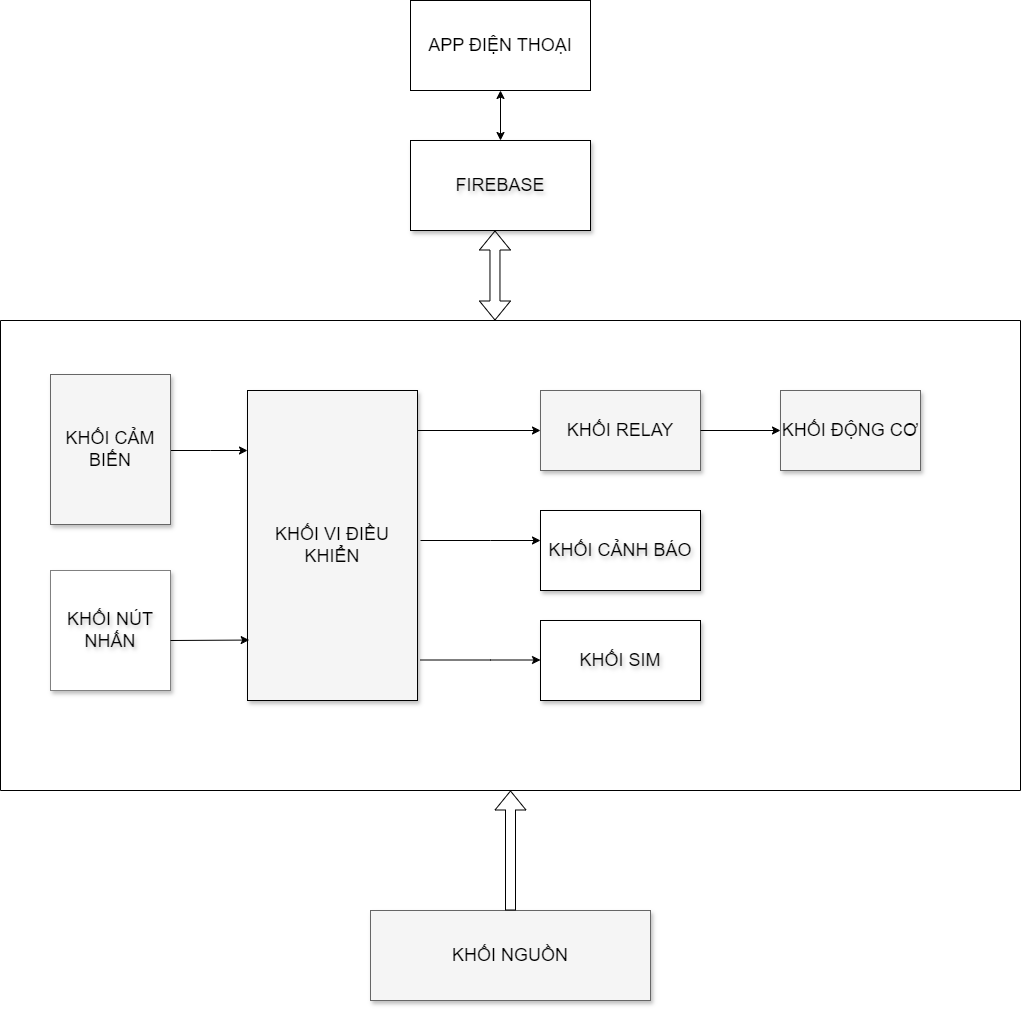
This is block_diagram/Block_Diagram.drawio.png from imvietp/Final_Thesis, a draw.io export, as it was before one commit. Source tidied: cells renumbered, new cells last; positions are measured from the earlier drawing's top-left corner, leaving out a move shared by most shapes.
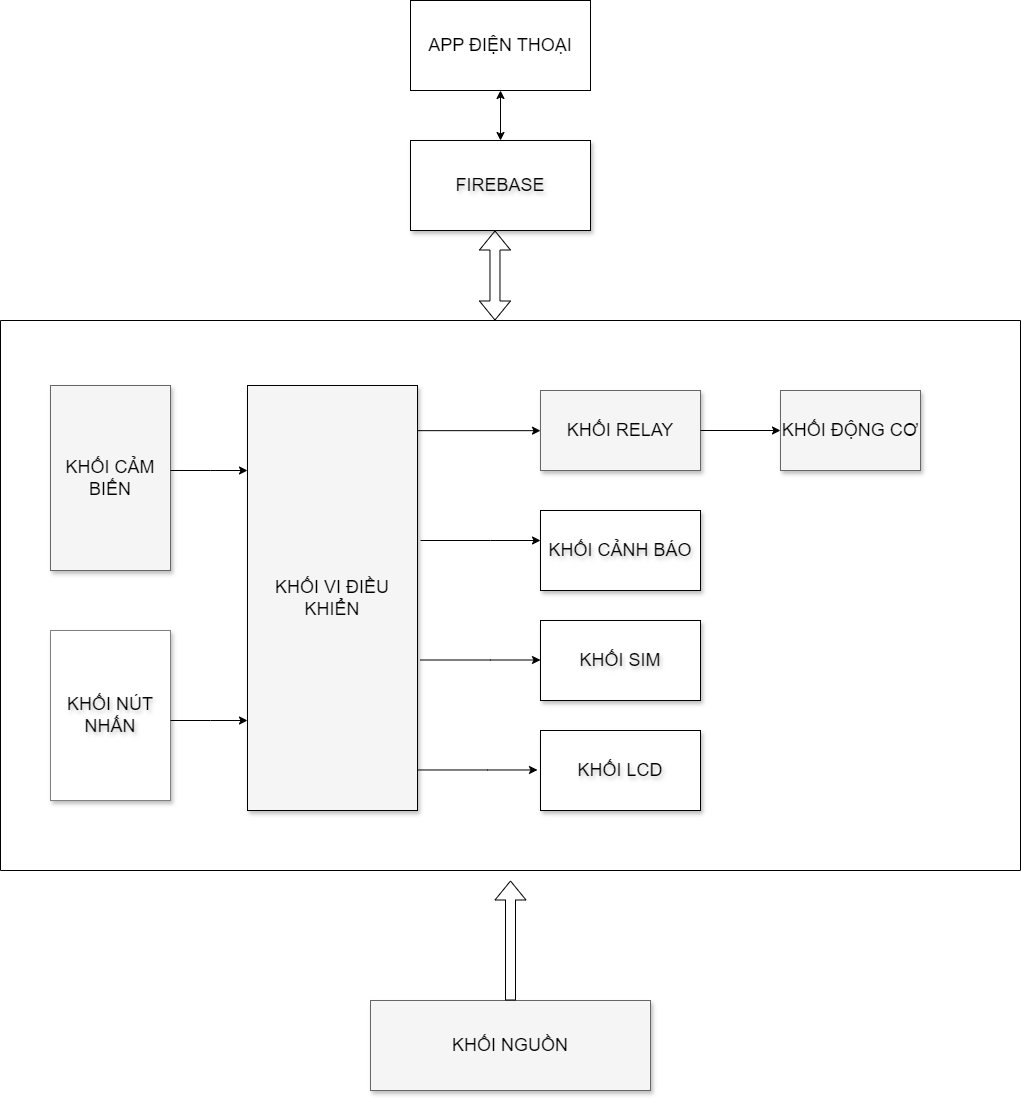
After the change.

Diff of the diagram source:
```diff
@@ -2,24 +2,8 @@
   <root>
     <mxCell id="0" style="html=1;" />
     <mxCell id="1" style="html=1;" parent="0" />
-    <mxCell id="2" style="edgeStyle=elbowEdgeStyle;rounded=0;html=1;startArrow=none;startFill=0;jettySize=auto;fontSize=18;elbow=vertical;" parent="1" edge="1" source="3" target="11">
-      <mxGeometry relative="1" as="geometry" />
-    </mxCell>
-    <mxCell id="3" value="KHỐI VI ĐIỀU KHIỂN" style="whiteSpace=wrap;html=1;shadow=1;fontSize=18;fillColor=#f5f5f5;strokeColor=default;" parent="1" vertex="1">
-      <mxGeometry x="247" y="390" width="170" height="310" as="geometry" />
-    </mxCell>
-    <mxCell id="4" style="edgeStyle=elbowEdgeStyle;rounded=0;html=1;startArrow=none;startFill=0;jettySize=auto;fontSize=18;elbow=vertical;" parent="1" edge="1" source="5" target="3">
-      <mxGeometry relative="1" as="geometry">
-        <Array as="points">
-          <mxPoint x="210" y="450" />
-        </Array>
-      </mxGeometry>
-    </mxCell>
-    <mxCell id="5" value="KHỐI CẢM BIẾN" style="whiteSpace=wrap;html=1;shadow=1;fontSize=18;fillColor=#f5f5f5;strokeColor=#666666;" parent="1" vertex="1">
-      <mxGeometry x="50" y="374" width="120" height="150" as="geometry" />
-    </mxCell>
     <mxCell id="6" value="KHỐI NGUỒN" style="whiteSpace=wrap;html=1;shadow=1;fontSize=18;fillColor=#f5f5f5;strokeColor=#666666;" parent="1" vertex="1">
-      <mxGeometry x="370" y="910" width="280" height="90" as="geometry" />
+      <mxGeometry x="370" y="1000" width="280" height="90" as="geometry" />
     </mxCell>
     <mxCell id="7" value="&lt;font style=&quot;font-size: 18px;&quot;&gt;FIREBASE&lt;/font&gt;" style="rounded=0;whiteSpace=wrap;html=1;shadow=1;textShadow=1;" parent="1" vertex="1">
       <mxGeometry x="410" y="140" width="180" height="90" as="geometry" />
@@ -31,7 +15,7 @@
       <mxGeometry x="410" width="180" height="90" as="geometry" />
     </mxCell>
     <mxCell id="10" style="swimlane;startSize=0;" parent="1" vertex="1">
-      <mxGeometry y="320" width="1020" height="470" as="geometry" />
+      <mxGeometry y="320" width="1020" height="550" as="geometry" />
     </mxCell>
     <mxCell id="11" value="KHỐI RELAY" style="whiteSpace=wrap;html=1;shadow=1;fontSize=18;fillColor=#f5f5f5;strokeColor=#666666;" parent="10" vertex="1">
       <mxGeometry x="540" y="70" width="160" height="80" as="geometry" />
@@ -58,15 +42,54 @@
       </mxGeometry>
     </mxCell>
     <mxCell id="17" value="&lt;font style=&quot;font-size: 18px;&quot;&gt;KHỐI NÚT NHẤN&lt;/font&gt;" style="rounded=0;whiteSpace=wrap;html=1;shadow=1;textShadow=1;strokeColor=#808080;" parent="10" vertex="1">
-      <mxGeometry x="50" y="250" width="120" height="120" as="geometry" />
+      <mxGeometry x="50" y="310" width="120" height="170" as="geometry" />
     </mxCell>
-    <mxCell id="18" style="endArrow=classic;html=1;rounded=0;entryX=0.01;entryY=0.805;entryDx=0;entryDy=0;entryPerimeter=0;" parent="10" edge="1" target="3">
-      <mxGeometry relative="1" as="geometry">
-        <mxPoint x="170" y="320" as="sourcePoint" />
-      </mxGeometry>
-    </mxCell>
+    <mxCell id="3" value="KHỐI VI ĐIỀU KHIỂN" style="whiteSpace=wrap;html=1;shadow=1;fontSize=18;fillColor=#f5f5f5;strokeColor=default;" parent="10" vertex="1">
+      <mxGeometry x="247" y="65" width="170" height="425" as="geometry" />
+    </mxCell>
+    <mxCell id="2" style="edgeStyle=elbowEdgeStyle;rounded=0;html=1;startArrow=none;startFill=0;jettySize=auto;fontSize=18;elbow=vertical;" parent="10" edge="1" source="3" target="11">
+      <mxGeometry relative="1" as="geometry" />
+    </mxCell>
+    <mxCell id="22" style="edgeStyle=orthogonalEdgeStyle;rounded=0;orthogonalLoop=1;jettySize=auto;html=1;exitX=0.5;exitY=1;exitDx=0;exitDy=0;" parent="10" edge="1" source="3" target="3">
+      <mxGeometry relative="1" as="geometry" />
+    </mxCell>
+    <mxCell id="23" value="&lt;span style=&quot;font-size: 18px;&quot;&gt;KHỐI LCD&lt;/span&gt;" style="rounded=0;whiteSpace=wrap;html=1;shadow=1;textShadow=1;" parent="10" vertex="1">
+      <mxGeometry x="540" y="410" width="160" height="80" as="geometry" />
+    </mxCell>
+    <mxCell id="24" style="edgeStyle=elbowEdgeStyle;rounded=0;html=1;startArrow=none;startFill=0;jettySize=auto;orthogonalLoop=1;fontSize=18;elbow=vertical;" parent="10" edge="1">
+      <mxGeometry relative="1" as="geometry">
+        <mxPoint x="417" y="449.5" as="sourcePoint" />
+        <mxPoint x="537" y="449.5" as="targetPoint" />
+        <Array as="points">
+          <mxPoint x="487" y="449.5" />
+        </Array>
+      </mxGeometry>
+    </mxCell>
+    <mxCell id="25" style="edgeStyle=elbowEdgeStyle;rounded=0;html=1;startArrow=none;startFill=0;jettySize=auto;orthogonalLoop=1;fontSize=18;elbow=vertical;" parent="10" edge="1">
+      <mxGeometry relative="1" as="geometry">
+        <mxPoint x="170" y="400" as="sourcePoint" />
+        <mxPoint x="247" y="400" as="targetPoint" />
+        <Array as="points">
+          <mxPoint x="210" y="400" />
+        </Array>
+      </mxGeometry>
+    </mxCell>
+    <mxCell id="5" value="KHỐI CẢM BIẾN" style="whiteSpace=wrap;html=1;shadow=1;fontSize=18;fillColor=#f5f5f5;strokeColor=#666666;" parent="10" vertex="1">
+      <mxGeometry x="50" y="65" width="120" height="185" as="geometry" />
+    </mxCell>
+    <mxCell id="4" style="edgeStyle=elbowEdgeStyle;rounded=0;html=1;startArrow=none;startFill=0;jettySize=auto;orthogonalLoop=1;fontSize=18;elbow=vertical;" parent="10" edge="1">
+      <mxGeometry relative="1" as="geometry">
+        <mxPoint x="170" y="150" as="sourcePoint" />
+        <mxPoint x="247" y="150" as="targetPoint" />
+        <Array as="points">
+          <mxPoint x="210" y="150" />
+        </Array>
+      </mxGeometry>
+    </mxCell>
-    <mxCell id="19" style="shape=flexArrow;endArrow=classic;html=1;rounded=0;exitX=0.5;exitY=0;exitDx=0;exitDy=0;" parent="1" edge="1" source="6" target="10">
-      <mxGeometry relative="1" as="geometry" />
+    <mxCell id="19" style="shape=flexArrow;endArrow=classic;html=1;rounded=0;exitX=0.5;exitY=0;exitDx=0;exitDy=0;" parent="1" edge="1" source="6">
+      <mxGeometry relative="1" as="geometry">
+        <mxPoint x="510" y="880" as="targetPoint" />
+      </mxGeometry>
     </mxCell>
     <mxCell id="20" style="edgeStyle=elbowEdgeStyle;rounded=0;html=1;startArrow=none;startFill=0;jettySize=auto;orthogonalLoop=1;fontSize=18;elbow=vertical;" parent="1" edge="1">
       <mxGeometry relative="1" as="geometry">
```
